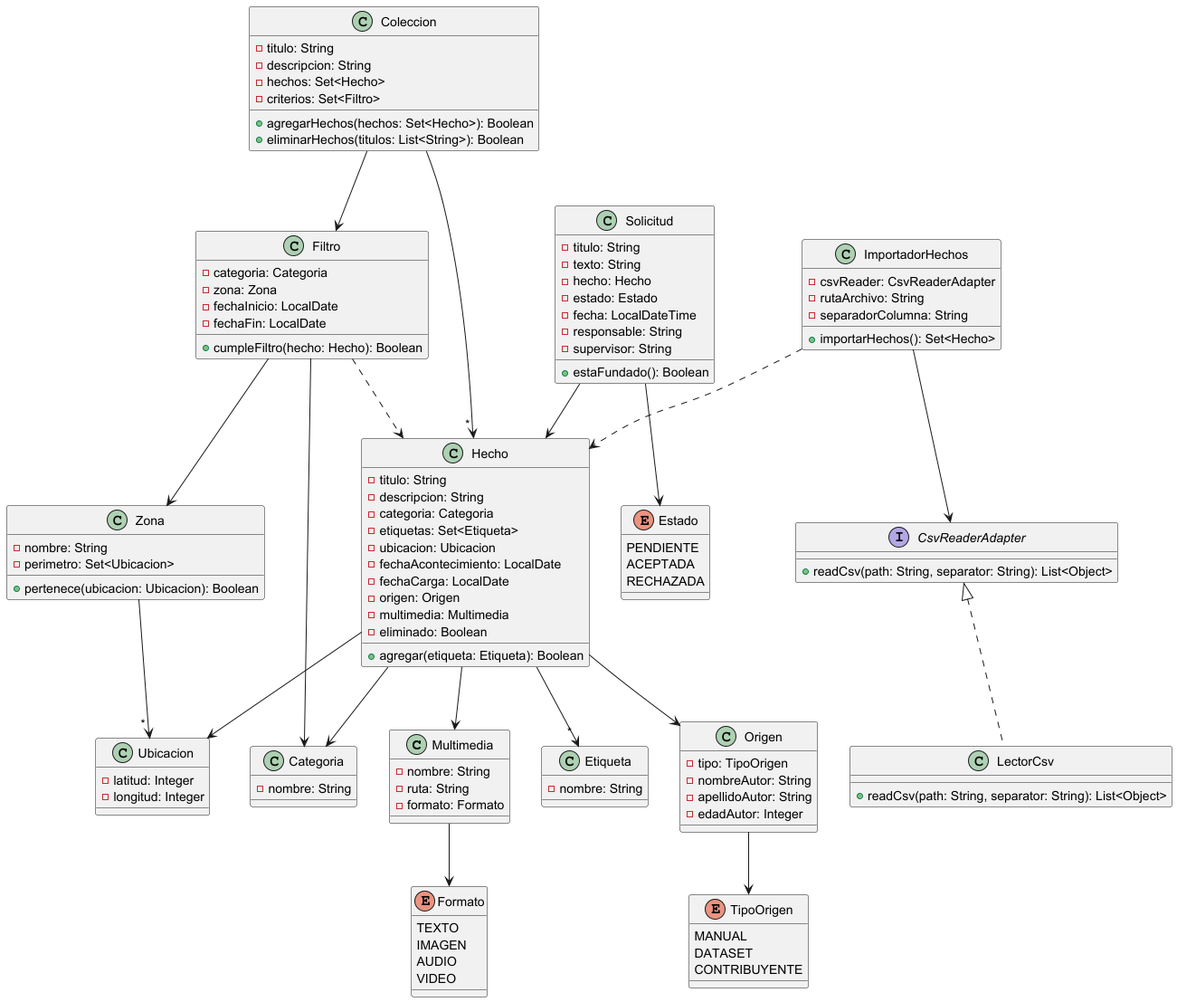
Above: docs/diagrama_de_clases.png in Leo-de-Riv3r/2025-tpa-ma-ma-grupo-02-deploy (PlantUML), before the change.
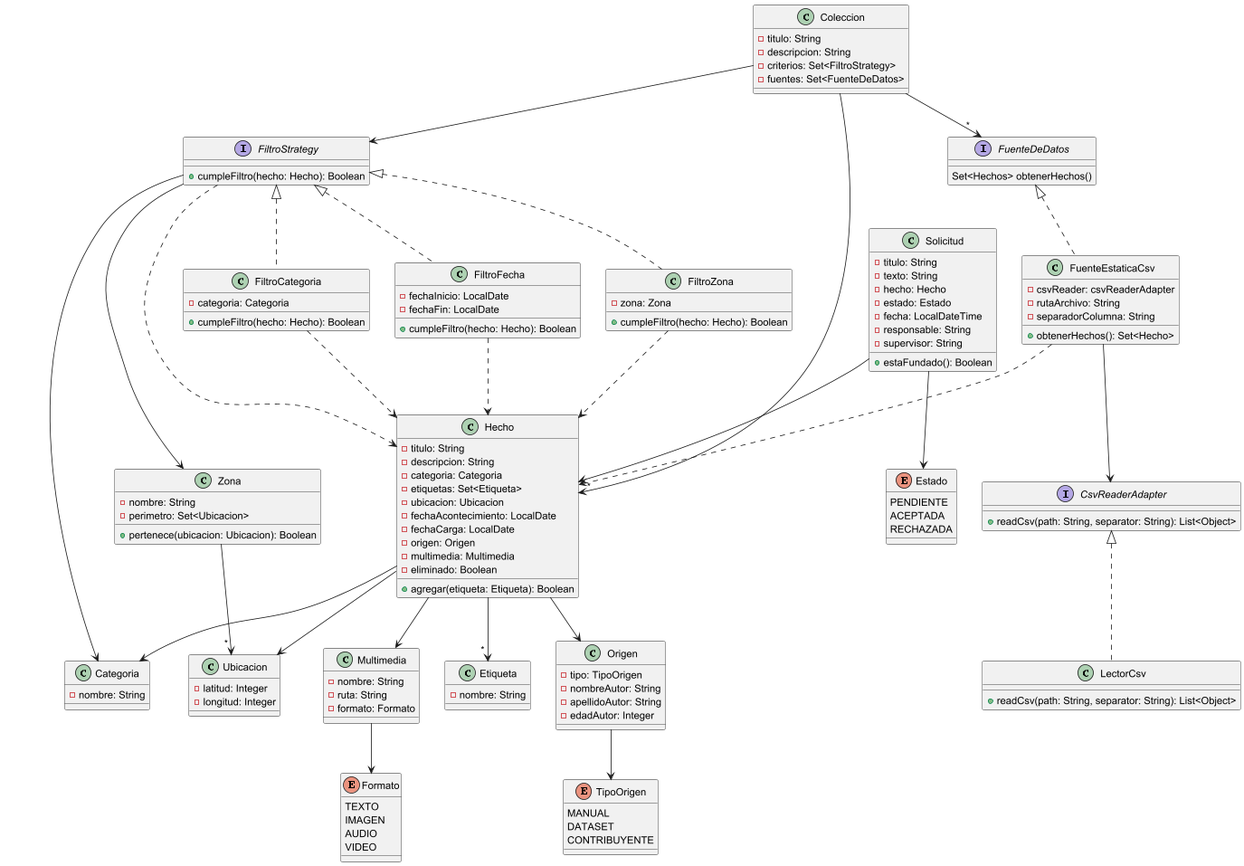
After the change.

The edit, as a diff of the source:
```diff
@@ -12,18 +12,23 @@
 
 Origen --> TipoOrigen
 
-Filtro --> Zona
-Filtro --> Categoria
-Filtro ..> Hecho
+FiltroStrategy --> Zona
+FiltroStrategy --> Categoria
+FiltroStrategy ..> Hecho
+
+FiltroCategoria ..> Hecho
+FiltroFecha ..> Hecho
+FiltroZona ..> Hecho
 
 Coleccion --> " * " Hecho
-Coleccion --> Filtro
+Coleccion --> FiltroStrategy
+Coleccion --> " * " FuenteDeDatos
 
 Solicitud --> Hecho
 Solicitud --> Estado
 
-ImportadorHechos ..> Hecho
-ImportadorHechos --> CsvReaderAdapter
+FuenteEstaticaCsv ..> Hecho
+FuenteEstaticaCsv --> CsvReaderAdapter
 
 class Categoria {
     - nombre: String
@@ -84,9 +89,32 @@
     + pertenece(ubicacion: Ubicacion): Boolean
 }
 
-class Filtro {
+interface FuenteDeDatos {
+    Set<Hechos> obtenerHechos()
+}
+
+class FuenteEstaticaCsv implements FuenteDeDatos {
+    - csvReader: csvReaderAdapter
+    - rutaArchivo: String
+    - separadorColumna: String
+    + obtenerHechos(): Set<Hecho>
+}
+
+interface FiltroStrategy {
+    + cumpleFiltro(hecho: Hecho): Boolean
+}
+
+class FiltroCategoria implements FiltroStrategy {
     - categoria: Categoria
+    + cumpleFiltro(hecho: Hecho): Boolean
+}
+
+class FiltroZona implements FiltroStrategy {
     - zona: Zona
+    + cumpleFiltro(hecho: Hecho): Boolean
+}
+
+class FiltroFecha implements FiltroStrategy {
     - fechaInicio: LocalDate
     - fechaFin: LocalDate
     + cumpleFiltro(hecho: Hecho): Boolean
@@ -95,10 +123,8 @@
 class Coleccion {
     - titulo: String
     - descripcion: String
-    - hechos: Set<Hecho>
-    - criterios: Set<Filtro>
-    + agregarHechos(hechos: Set<Hecho>): Boolean
-    + eliminarHechos(titulos: List<String>): Boolean
+    - criterios: Set<FiltroStrategy>
+    - fuentes: Set<FuenteDeDatos>
 }
 
 enum Estado {
@@ -126,11 +152,4 @@
     + readCsv(path: String, separator: String): List<Object>
 }
 
-class ImportadorHechos {
-    - csvReader: CsvReaderAdapter
-    - rutaArchivo: String
-    - separadorColumna: String
-    + importarHechos(): Set<Hecho>
-}
-
 @enduml
```
